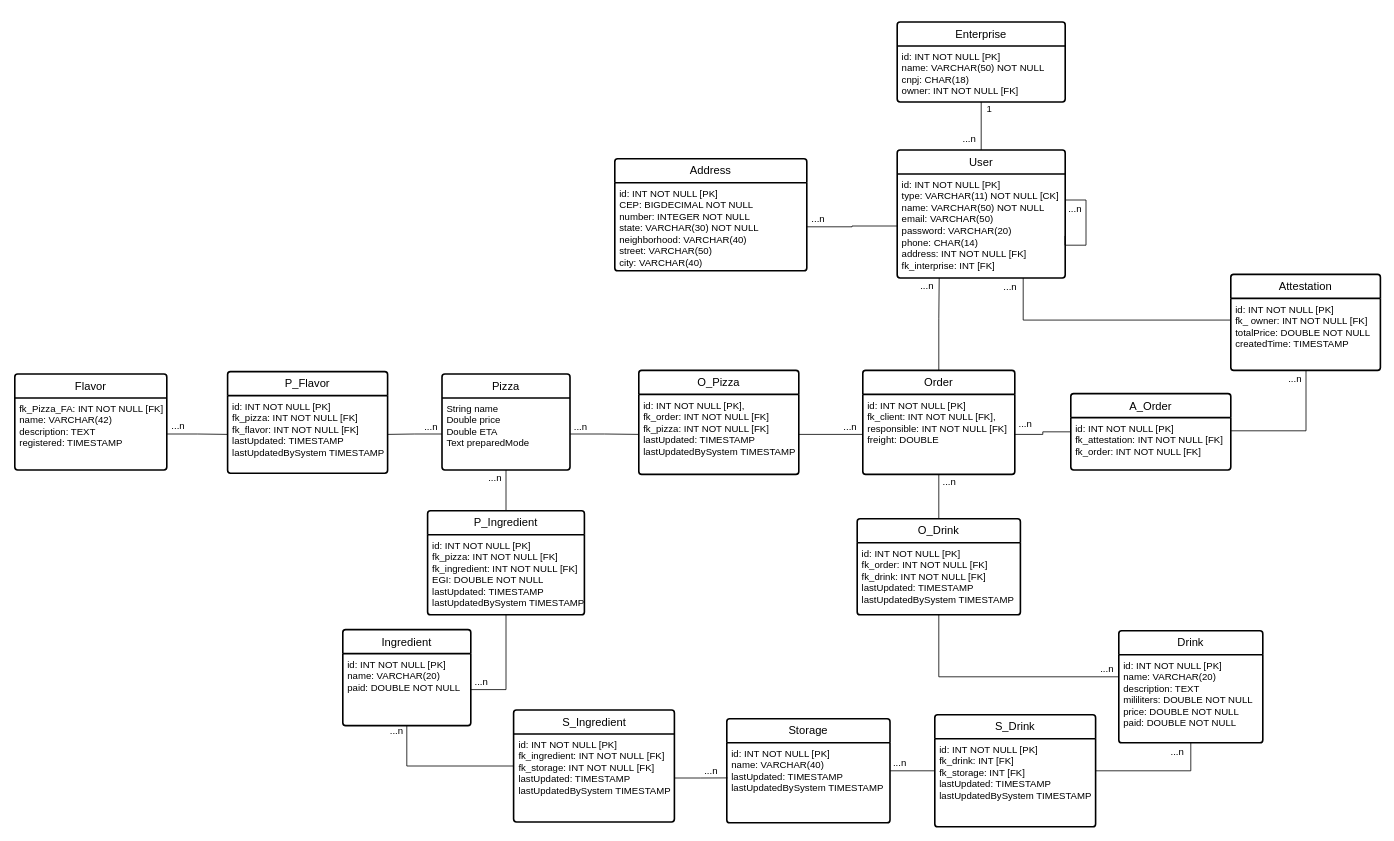
The draw.io diagram page "Sketch_1-DER" (2 of 2) of DER Orderize.drawio in Sant-Thiago/Estudos, before the edit. Source tidied: cells renumbered, new cells numbered last; positions are measured from the earlier drawing's top-left corner, leaving out a move shared by most shapes. Both pictures are drawn from the tidied source at 80%, with x=0, y=0 at pixel (14, 22).
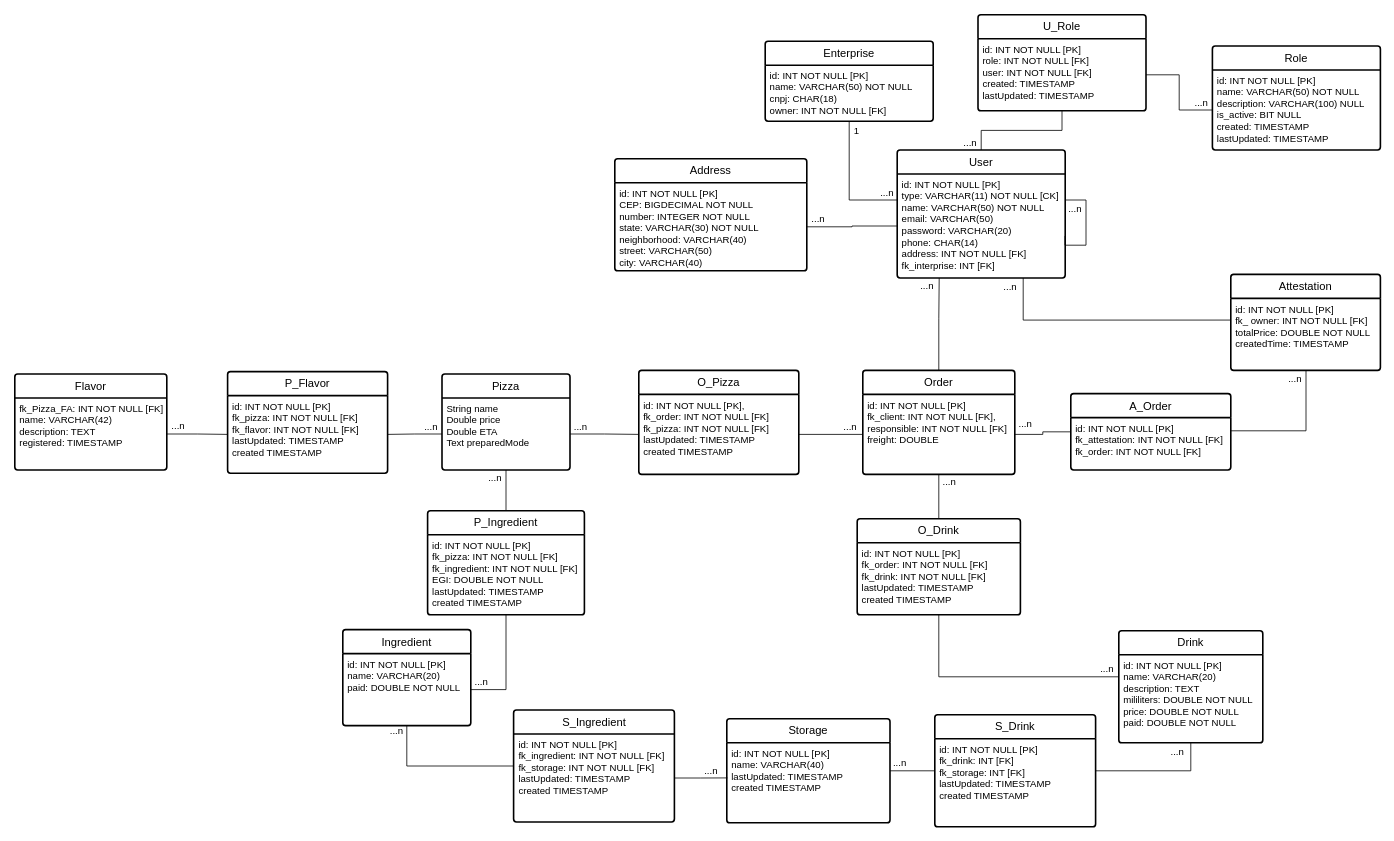
The same page after the edit.

Unchanged cells that the change refers to:
```xml
<mxCell id="5" value="User" style="swimlane;horizontal=1;startSize=30;rounded=1;fontSize=14;fontStyle=0;strokeWidth=2;shadow=0;dashed=0;align=center;arcSize=4;whiteSpace=wrap;html=1;" parent="1" vertex="1">
  <mxGeometry x="1103" y="160" width="210" height="160" as="geometry" />
</mxCell>
<mxCell id="6" value="&lt;div&gt;id: INT NOT NULL [PK]&lt;/div&gt;&lt;div&gt;&lt;span style=&quot;background-color: initial;&quot;&gt;type: VARCHAR(11) NOT NULL [CK]&lt;/span&gt;&lt;/div&gt;&lt;div&gt;&lt;span style=&quot;background-color: initial;&quot;&gt;name:&amp;nbsp;&lt;/span&gt;VARCHAR(50) NOT NULL&amp;nbsp;&lt;/div&gt;&lt;div&gt;email:&amp;nbsp;&lt;span style=&quot;background-color: initial;&quot;&gt;VARCHAR(50)&lt;/span&gt;&lt;/div&gt;&lt;div&gt;password:&amp;nbsp;&lt;span style=&quot;background-color: initial;&quot;&gt;VARCHAR(20)&lt;/span&gt;&lt;/div&gt;&lt;div&gt;phone: CHAR(14)&lt;/div&gt;&lt;div&gt;&lt;span style=&quot;background-color: initial;&quot;&gt;address: INT NOT NULL [FK]&lt;/span&gt;&lt;/div&gt;&lt;div&gt;fk_interprise: INT [FK]&amp;nbsp; &lt;br&gt;&lt;/div&gt;&lt;div&gt;&lt;br&gt;&lt;/div&gt;&lt;div&gt;&lt;span style=&quot;background-color: initial;&quot;&gt;&lt;br&gt;&lt;/span&gt;&lt;/div&gt;&lt;div&gt;&lt;br&gt;&lt;/div&gt;&lt;div&gt;&lt;br&gt;&lt;/div&gt;" style="align=left;strokeColor=none;fillColor=none;spacingLeft=4;fontSize=12;verticalAlign=top;html=1;" parent="5" vertex="1">
  <mxGeometry y="30" width="210" height="130" as="geometry" />
</mxCell>
<mxCell id="24" value="Storage" style="swimlane;horizontal=1;startSize=30;rounded=1;fontSize=14;fontStyle=0;strokeWidth=2;shadow=0;dashed=0;align=center;arcSize=4;whiteSpace=wrap;html=1;" parent="1" vertex="1">
  <mxGeometry x="890" y="871" width="204" height="130" as="geometry" />
</mxCell>
<mxCell id="35" value="S_Ingredient" style="swimlane;horizontal=1;startSize=30;rounded=1;fontSize=14;fontStyle=0;strokeWidth=2;shadow=0;dashed=0;align=center;arcSize=4;whiteSpace=wrap;html=1;" parent="1" vertex="1">
  <mxGeometry x="623.5" y="860" width="201" height="140" as="geometry" />
</mxCell>
<mxCell id="39" value="S_Drink" style="swimlane;horizontal=1;startSize=30;rounded=1;fontSize=14;fontStyle=0;strokeWidth=2;shadow=0;dashed=0;align=center;arcSize=4;whiteSpace=wrap;html=1;" parent="1" vertex="1">
  <mxGeometry x="1150" y="866" width="201" height="140" as="geometry" />
</mxCell>
<mxCell id="42" value="P_Flavor" style="swimlane;horizontal=1;startSize=30;rounded=1;fontSize=14;fontStyle=0;strokeWidth=2;shadow=0;dashed=0;align=center;arcSize=4;whiteSpace=wrap;html=1;" parent="1" vertex="1">
  <mxGeometry x="266" y="437" width="200" height="127" as="geometry" />
</mxCell>
<mxCell id="47" value="P_Ingredient" style="swimlane;horizontal=1;startSize=30;rounded=1;fontSize=14;fontStyle=0;strokeWidth=2;shadow=0;dashed=0;align=center;arcSize=4;whiteSpace=wrap;html=1;" parent="1" vertex="1">
  <mxGeometry x="516" y="611" width="196" height="130" as="geometry" />
</mxCell>
<mxCell id="51" value="O_Pizza" style="swimlane;horizontal=1;startSize=30;rounded=1;fontSize=14;fontStyle=0;strokeWidth=2;shadow=0;dashed=0;align=center;arcSize=4;whiteSpace=wrap;html=1;" parent="1" vertex="1">
  <mxGeometry x="780" y="435.5" width="200" height="130" as="geometry" />
</mxCell>
<mxCell id="57" value="O_Drink" style="swimlane;horizontal=1;startSize=30;rounded=1;fontSize=14;fontStyle=0;strokeWidth=2;shadow=0;dashed=0;align=center;arcSize=4;whiteSpace=wrap;html=1;" parent="1" vertex="1">
  <mxGeometry x="1053" y="621" width="204" height="120" as="geometry" />
</mxCell>
<mxCell id="71" value="&lt;div&gt;id: INT NOT NULL [PK]&lt;/div&gt;&lt;div&gt;&lt;span style=&quot;background-color: initial;&quot;&gt;name:&amp;nbsp;&lt;/span&gt;VARCHAR(50) NOT NULL&amp;nbsp;&lt;/div&gt;&lt;div&gt;cnpj: &lt;span style=&quot;background-color: initial;&quot;&gt;CHAR(18)&lt;/span&gt;&lt;/div&gt;&lt;div&gt;&lt;span style=&quot;background-color: initial;&quot;&gt;owner: INT NOT NULL [FK]&lt;br&gt;&lt;/span&gt;&lt;/div&gt;" style="align=left;strokeColor=none;fillColor=none;spacingLeft=4;fontSize=12;verticalAlign=top;html=1;" parent="70" vertex="1">
  <mxGeometry y="30" width="210" height="70" as="geometry" />
</mxCell>
```

Change to the diagram source:
```diff
@@
+    <mxCell id="75" style="edgeStyle=orthogonalEdgeStyle;rounded=0;jettySize=auto;html=1;entryX=0.5;entryY=1;entryDx=0;entryDy=0;endArrow=none;endFill=0;" parent="1" edge="1" source="5" target="79">
+      <mxGeometry relative="1" as="geometry" />
+    </mxCell>
@@
-    <mxCell id="25" value="&lt;div&gt;id: INT NOT NULL [PK]&amp;nbsp;&lt;/div&gt;&lt;div&gt;name: VARCHAR(40)&amp;nbsp;&lt;/div&gt;&lt;div&gt;lastUpdated: TIMESTAMP&lt;/div&gt;&lt;div&gt;lastUpdatedBySystem TIMESTAMP&lt;br&gt;&lt;/div&gt;" style="align=left;strokeColor=none;fillColor=none;spacingLeft=4;fontSize=12;verticalAlign=top;html=1;" parent="24" vertex="1">
+    <mxCell id="25" value="&lt;div&gt;id: INT NOT NULL [PK]&amp;nbsp;&lt;/div&gt;&lt;div&gt;name: VARCHAR(40)&amp;nbsp;&lt;/div&gt;&lt;div&gt;lastUpdated: TIMESTAMP&lt;/div&gt;&lt;div&gt;created TIMESTAMP&lt;br&gt;&lt;/div&gt;" style="align=left;strokeColor=none;fillColor=none;spacingLeft=4;fontSize=12;verticalAlign=top;html=1;" parent="24" vertex="1">
       <mxGeometry y="30" width="204" height="100" as="geometry" />
     </mxCell>
@@
-    <mxCell id="36" value="id: INT NOT NULL [PK]&lt;div&gt;fk_ingredient: INT&lt;span style=&quot;background-color: initial;&quot;&gt;&amp;nbsp;&lt;/span&gt;&lt;span style=&quot;background-color: initial;&quot;&gt;NOT NULL&lt;/span&gt;&lt;span style=&quot;background-color: initial;&quot;&gt;&amp;nbsp;[FK]&lt;/span&gt;&lt;/div&gt;&lt;div&gt;&lt;div&gt;&lt;div&gt;fk_storage: INT&amp;nbsp;&lt;span style=&quot;background-color: initial;&quot;&gt;NOT NULL&lt;/span&gt;&lt;span style=&quot;background-color: initial;&quot;&gt;&amp;nbsp;[FK]&amp;nbsp;&lt;/span&gt;&lt;/div&gt;&lt;/div&gt;&lt;/div&gt;&lt;div&gt;&lt;div&gt;lastUpdated: TIMESTAMP&lt;/div&gt;&lt;div&gt;lastUpdatedBySystem TIMESTAMP&lt;/div&gt;&lt;/div&gt;" style="align=left;strokeColor=none;fillColor=none;spacingLeft=4;fontSize=12;verticalAlign=top;html=1;" parent="35" vertex="1">
+    <mxCell id="36" value="id: INT NOT NULL [PK]&lt;div&gt;fk_ingredient: INT&lt;span style=&quot;background-color: initial;&quot;&gt;&amp;nbsp;&lt;/span&gt;&lt;span style=&quot;background-color: initial;&quot;&gt;NOT NULL&lt;/span&gt;&lt;span style=&quot;background-color: initial;&quot;&gt;&amp;nbsp;[FK]&lt;/span&gt;&lt;/div&gt;&lt;div&gt;&lt;div&gt;&lt;div&gt;fk_storage: INT&amp;nbsp;&lt;span style=&quot;background-color: initial;&quot;&gt;NOT NULL&lt;/span&gt;&lt;span style=&quot;background-color: initial;&quot;&gt;&amp;nbsp;[FK]&amp;nbsp;&lt;/span&gt;&lt;/div&gt;&lt;/div&gt;&lt;/div&gt;&lt;div&gt;&lt;div&gt;lastUpdated: TIMESTAMP&lt;/div&gt;&lt;div&gt;created TIMESTAMP&lt;/div&gt;&lt;/div&gt;" style="align=left;strokeColor=none;fillColor=none;spacingLeft=4;fontSize=12;verticalAlign=top;html=1;" parent="35" vertex="1">
       <mxGeometry y="30" width="201" height="110" as="geometry" />
     </mxCell>
@@
-    <mxCell id="40" value="id: INT NOT NULL [PK]&lt;div&gt;fk_drink: INT [FK]&amp;nbsp;&lt;div&gt;&lt;div&gt;fk_storage: INT [FK]&lt;/div&gt;&lt;/div&gt;&lt;/div&gt;&lt;div&gt;&lt;div&gt;lastUpdated: TIMESTAMP&lt;/div&gt;&lt;div&gt;lastUpdatedBySystem TIMESTAMP&lt;/div&gt;&lt;/div&gt;" style="align=left;strokeColor=none;fillColor=none;spacingLeft=4;fontSize=12;verticalAlign=top;html=1;" parent="39" vertex="1">
+    <mxCell id="40" value="id: INT NOT NULL [PK]&lt;div&gt;fk_drink: INT [FK]&amp;nbsp;&lt;div&gt;&lt;div&gt;fk_storage: INT [FK]&lt;/div&gt;&lt;/div&gt;&lt;/div&gt;&lt;div&gt;&lt;div&gt;lastUpdated: TIMESTAMP&lt;/div&gt;&lt;div&gt;created TIMESTAMP&lt;/div&gt;&lt;/div&gt;" style="align=left;strokeColor=none;fillColor=none;spacingLeft=4;fontSize=12;verticalAlign=top;html=1;" parent="39" vertex="1">
       <mxGeometry y="30" width="201" height="110" as="geometry" />
     </mxCell>
@@
-    <mxCell id="43" value="&lt;div&gt;id: INT NOT NULL [PK]&lt;/div&gt;&lt;div&gt;fk_pizza: INT NOT NULL [FK]&lt;/div&gt;&lt;div&gt;fk_flavor: INT NOT NULL [FK]&amp;nbsp;&lt;/div&gt;&lt;div&gt;&lt;div&gt;lastUpdated: TIMESTAMP&lt;/div&gt;&lt;div&gt;lastUpdatedBySystem TIMESTAMP&lt;/div&gt;&lt;/div&gt;" style="align=left;strokeColor=none;fillColor=none;spacingLeft=4;fontSize=12;verticalAlign=top;html=1;" parent="42" vertex="1">
+    <mxCell id="43" value="&lt;div&gt;id: INT NOT NULL [PK]&lt;/div&gt;&lt;div&gt;fk_pizza: INT NOT NULL [FK]&lt;/div&gt;&lt;div&gt;fk_flavor: INT NOT NULL [FK]&amp;nbsp;&lt;/div&gt;&lt;div&gt;&lt;div&gt;lastUpdated: TIMESTAMP&lt;/div&gt;&lt;div&gt;created TIMESTAMP&lt;/div&gt;&lt;/div&gt;" style="align=left;strokeColor=none;fillColor=none;spacingLeft=4;fontSize=12;verticalAlign=top;html=1;" parent="42" vertex="1">
       <mxGeometry y="30" width="200" height="97" as="geometry" />
     </mxCell>
@@
-    <mxCell id="48" value="&lt;div&gt;id: INT NOT NULL [PK]&lt;/div&gt;&lt;div&gt;fk_pizza: INT NOT NULL [FK]&lt;/div&gt;&lt;div&gt;fk_ingredient: INT NOT NULL [FK]&lt;/div&gt;&lt;div&gt;EGI: DOUBLE NOT NULL&lt;/div&gt;&lt;div&gt;&lt;div&gt;lastUpdated: TIMESTAMP&lt;/div&gt;&lt;div&gt;lastUpdatedBySystem TIMESTAMP&lt;/div&gt;&lt;/div&gt;" style="align=left;strokeColor=none;fillColor=none;spacingLeft=4;fontSize=12;verticalAlign=top;html=1;" parent="47" vertex="1">
+    <mxCell id="48" value="&lt;div&gt;id: INT NOT NULL [PK]&lt;/div&gt;&lt;div&gt;fk_pizza: INT NOT NULL [FK]&lt;/div&gt;&lt;div&gt;fk_ingredient: INT NOT NULL [FK]&lt;/div&gt;&lt;div&gt;EGI: DOUBLE NOT NULL&lt;/div&gt;&lt;div&gt;&lt;div&gt;lastUpdated: TIMESTAMP&lt;/div&gt;&lt;div&gt;created TIMESTAMP&lt;/div&gt;&lt;/div&gt;" style="align=left;strokeColor=none;fillColor=none;spacingLeft=4;fontSize=12;verticalAlign=top;html=1;" parent="47" vertex="1">
       <mxGeometry y="30" width="196" height="100" as="geometry" />
     </mxCell>
@@
-    <mxCell id="52" value="id: INT NOT NULL [PK],&lt;br&gt;&lt;div&gt;&lt;span style=&quot;background-color: initial;&quot;&gt;fk_order:&amp;nbsp;&lt;/span&gt;INT NOT NULL [FK]&lt;/div&gt;&lt;div&gt;&lt;span style=&quot;background-color: initial;&quot;&gt;fk_pizza: INT NOT NULL [FK]&lt;/span&gt;&lt;/div&gt;&lt;div&gt;&lt;div&gt;lastUpdated: TIMESTAMP&lt;/div&gt;&lt;div&gt;lastUpdatedBySystem TIMESTAMP&lt;/div&gt;&lt;/div&gt;" style="align=left;strokeColor=none;fillColor=none;spacingLeft=4;fontSize=12;verticalAlign=top;html=1;" parent="51" vertex="1">
+    <mxCell id="52" value="id: INT NOT NULL [PK],&lt;br&gt;&lt;div&gt;&lt;span style=&quot;background-color: initial;&quot;&gt;fk_order:&amp;nbsp;&lt;/span&gt;INT NOT NULL [FK]&lt;/div&gt;&lt;div&gt;&lt;span style=&quot;background-color: initial;&quot;&gt;fk_pizza: INT NOT NULL [FK]&lt;/span&gt;&lt;/div&gt;&lt;div&gt;&lt;div&gt;lastUpdated: TIMESTAMP&lt;/div&gt;&lt;div&gt;created TIMESTAMP&lt;/div&gt;&lt;/div&gt;" style="align=left;strokeColor=none;fillColor=none;spacingLeft=4;fontSize=12;verticalAlign=top;html=1;" parent="51" vertex="1">
       <mxGeometry y="30" width="200" height="100" as="geometry" />
     </mxCell>
@@
-    <mxCell id="58" value="&lt;div&gt;id: INT NOT NULL [PK]&lt;/div&gt;&lt;div&gt;fk_order: INT NOT NULL [FK]&lt;/div&gt;&lt;div&gt;fk_drink: INT NOT NULL [FK]&lt;/div&gt;&lt;div&gt;&lt;span style=&quot;background-color: initial;&quot;&gt;lastUpdated: TIMESTAMP&lt;/span&gt;&lt;/div&gt;&lt;div&gt;&lt;div&gt;lastUpdatedBySystem TIMESTAMP&lt;/div&gt;&lt;/div&gt;" style="align=left;strokeColor=none;fillColor=none;spacingLeft=4;fontSize=12;verticalAlign=top;html=1;" parent="57" vertex="1">
+    <mxCell id="58" value="&lt;div&gt;id: INT NOT NULL [PK]&lt;/div&gt;&lt;div&gt;fk_order: INT NOT NULL [FK]&lt;/div&gt;&lt;div&gt;fk_drink: INT NOT NULL [FK]&lt;/div&gt;&lt;div&gt;&lt;span style=&quot;background-color: initial;&quot;&gt;lastUpdated: TIMESTAMP&lt;/span&gt;&lt;/div&gt;&lt;div&gt;&lt;div&gt;created TIMESTAMP&lt;/div&gt;&lt;/div&gt;" style="align=left;strokeColor=none;fillColor=none;spacingLeft=4;fontSize=12;verticalAlign=top;html=1;" parent="57" vertex="1">
       <mxGeometry y="30" width="204" height="90" as="geometry" />
     </mxCell>
@@
     <mxCell id="70" value="Enterprise" style="swimlane;horizontal=1;startSize=30;rounded=1;fontSize=14;fontStyle=0;strokeWidth=2;shadow=0;dashed=0;align=center;arcSize=4;whiteSpace=wrap;html=1;" parent="1" vertex="1">
-      <mxGeometry x="1103" width="210" height="100" as="geometry" />
+      <mxGeometry x="938" y="24" width="210" height="100" as="geometry" />
     </mxCell>
@@
-    <mxCell id="72" style="edgeStyle=orthogonalEdgeStyle;rounded=0;jettySize=auto;html=1;entryX=0.5;entryY=0;entryDx=0;entryDy=0;endArrow=none;endFill=0;" parent="1" edge="1" source="71" target="5">
+    <mxCell id="72" style="edgeStyle=orthogonalEdgeStyle;rounded=0;jettySize=auto;html=1;entryX=0;entryY=0.25;entryDx=0;entryDy=0;endArrow=none;endFill=0;" parent="1" edge="1" source="71" target="6">
       <mxGeometry relative="1" as="geometry" />
     </mxCell>
     <mxCell id="73" value="...&lt;span style=&quot;background-color: initial;&quot;&gt;n&lt;/span&gt;" style="text;html=1;align=center;verticalAlign=middle;strokeColor=none;fillColor=none;" parent="1" vertex="1">
-      <mxGeometry x="1173" y="132" width="40" height="30" as="geometry" />
+      <mxGeometry x="1070" y="199" width="40" height="30" as="geometry" />
     </mxCell>
     <mxCell id="74" value="1" style="text;html=1;align=center;verticalAlign=middle;strokeColor=none;fillColor=none;" parent="1" vertex="1">
-      <mxGeometry x="1203" y="94" width="30" height="30" as="geometry" />
+      <mxGeometry x="1037" y="121" width="30" height="30" as="geometry" />
     </mxCell>
+    <mxCell id="76" value="Role" style="swimlane;horizontal=1;startSize=30;rounded=1;fontSize=14;fontStyle=0;strokeWidth=2;shadow=0;dashed=0;align=center;arcSize=4;whiteSpace=wrap;html=1;" parent="1" vertex="1">
+      <mxGeometry x="1497" y="30" width="210" height="130" as="geometry" />
+    </mxCell>
+    <mxCell id="77" value="&lt;div&gt;id: INT NOT NULL [PK]&lt;/div&gt;&lt;div&gt;&lt;span style=&quot;background-color: initial;&quot;&gt;name:&amp;nbsp;&lt;/span&gt;VARCHAR(50) NOT NULL&amp;nbsp;&lt;/div&gt;&lt;div&gt;description: VARCHAR(100) NULL&lt;/div&gt;&lt;div&gt;&lt;div&gt;is_active: BIT NULL&amp;nbsp;&lt;/div&gt;&lt;div&gt;created: TIMESTAMP&lt;/div&gt;&lt;div&gt;lastUpdated: TIMESTAMP&lt;/div&gt;&lt;/div&gt;" style="align=left;strokeColor=none;fillColor=none;spacingLeft=4;fontSize=12;verticalAlign=top;html=1;" parent="76" vertex="1">
+      <mxGeometry y="30" width="210" height="100" as="geometry" />
+    </mxCell>
+    <mxCell id="78" value="U_Role" style="swimlane;horizontal=1;startSize=30;rounded=1;fontSize=14;fontStyle=0;strokeWidth=2;shadow=0;dashed=0;align=center;arcSize=4;whiteSpace=wrap;html=1;" parent="1" vertex="1">
+      <mxGeometry x="1204" y="-9" width="210" height="120" as="geometry" />
+    </mxCell>
+    <mxCell id="79" value="&lt;div&gt;id: INT NOT NULL [PK]&lt;/div&gt;&lt;div&gt;&lt;span style=&quot;background-color: initial;&quot;&gt;role:&amp;nbsp;&lt;/span&gt;INT NOT NULL [FK]&amp;nbsp;&lt;/div&gt;&lt;div&gt;user: INT NOT NULL [FK]&lt;/div&gt;&lt;div&gt;&lt;div&gt;&lt;span style=&quot;background-color: initial;&quot;&gt;created: TIMESTAMP&lt;/span&gt;&lt;/div&gt;&lt;div&gt;&lt;span style=&quot;background-color: initial;&quot;&gt;lastUpdated: TIMESTAMP&lt;/span&gt;&lt;br&gt;&lt;/div&gt;&lt;/div&gt;" style="align=left;strokeColor=none;fillColor=none;spacingLeft=4;fontSize=12;verticalAlign=top;html=1;" parent="78" vertex="1">
+      <mxGeometry y="30" width="210" height="90" as="geometry" />
+    </mxCell>
+    <mxCell id="80" value="...&lt;span style=&quot;background-color: initial;&quot;&gt;n&lt;/span&gt;" style="text;html=1;align=center;verticalAlign=middle;strokeColor=none;fillColor=none;" parent="1" vertex="1">
+      <mxGeometry x="1174" y="136" width="40" height="30" as="geometry" />
+    </mxCell>
+    <mxCell id="81" style="edgeStyle=orthogonalEdgeStyle;rounded=0;jettySize=auto;html=1;endArrow=none;endFill=0;" parent="1" edge="1" source="79" target="77">
+      <mxGeometry relative="1" as="geometry" />
+    </mxCell>
+    <mxCell id="82" value="...&lt;span style=&quot;background-color: initial;&quot;&gt;n&lt;/span&gt;" style="text;html=1;align=center;verticalAlign=middle;strokeColor=none;fillColor=none;" parent="1" vertex="1">
+      <mxGeometry x="1463" y="86" width="40" height="30" as="geometry" />
+    </mxCell>
```
